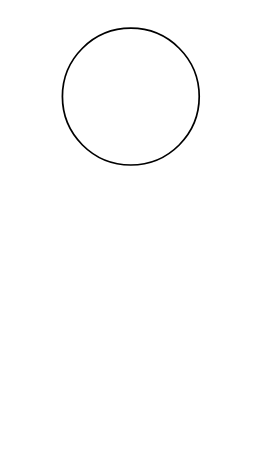
Earlier version of the draw.io diagram myhvacsystem.drawio (KingDish1002/myhvacpj1). Source tidied: cells renumbered, new cells numbered last; positions are measured from the earlier drawing's top-left corner, leaving out a move shared by most shapes. Both pictures are drawn from the tidied source at 171%, with x=0, y=0 at pixel (62, 27).
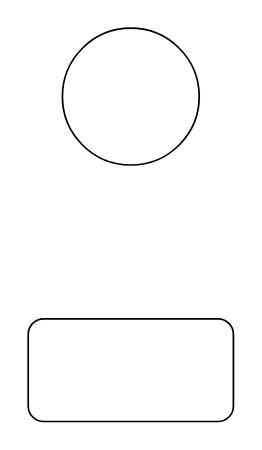
After the change.

Commit message:
added rounded rectangle

What changed in the source:
```diff
@@
 <mxGraphModel>
   <root>
     <mxCell id="0" />
     <mxCell id="1" parent="0" />
     <mxCell id="2" style="ellipse;whiteSpace=wrap;html=1;" parent="1" vertex="1">
       <mxGeometry width="80" height="80" as="geometry" />
     </mxCell>
+    <mxCell id="3" style="rounded=1;whiteSpace=wrap;html=1;" parent="1" vertex="1">
+      <mxGeometry x="-20" y="170" width="120" height="60" as="geometry" />
+    </mxCell>
   </root>
 </mxGraphModel>
```
